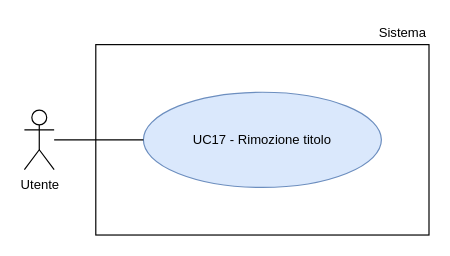
The draw.io diagram RTB/doc_esterna/analisi-dei-requisiti/assets/draw.io/UC17.drawio in thebitless-group-swe/thebitless.github.io, before the edit. Source tidied: cells renumbered, new cells numbered last; positions are measured from the earlier drawing's top-left corner, leaving out a move shared by most shapes. Both pictures are drawn from the tidied source at 119%, with x=0, y=0 at pixel (24, 20).
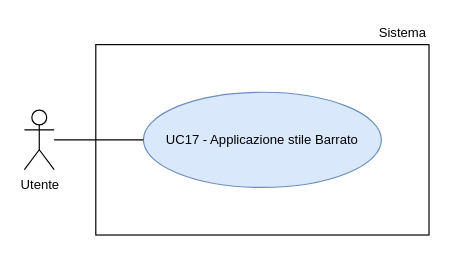
Above is the later version.

Change to the diagram source:
```diff
@@
 <mxGraphModel>
   <root>
     <mxCell id="0" />
     <mxCell id="1" parent="0" />
     <mxCell id="2" value="Utente" style="shape=umlActor;verticalLabelPosition=bottom;verticalAlign=top;html=1;outlineConnect=0;fontSize=11;" parent="1" vertex="1">
       <mxGeometry y="75" width="25" height="50" as="geometry" />
     </mxCell>
     <mxCell id="3" style="rounded=0;whiteSpace=wrap;html=1;strokeWidth=1;" parent="1" vertex="1">
       <mxGeometry x="60" y="20" width="280" height="160" as="geometry" />
     </mxCell>
     <mxCell id="4" value="Sistema" style="text;html=1;whiteSpace=wrap;strokeColor=none;fillColor=none;align=right;verticalAlign=middle;fontSize=11;" parent="1" vertex="1">
       <mxGeometry x="270" width="70" height="20" as="geometry" />
     </mxCell>
-    <mxCell id="5" value="UC17 - Rimozione titolo" style="ellipse;whiteSpace=wrap;html=1;fillColor=#dae8fc;strokeColor=#6c8ebf;fontSize=11;" parent="1" vertex="1">
+    <mxCell id="5" value="UC17 - Applicazione stile Barrato" style="ellipse;whiteSpace=wrap;html=1;fillColor=#dae8fc;strokeColor=#6c8ebf;fontSize=11;" parent="1" vertex="1">
       <mxGeometry x="100" y="60" width="200" height="80" as="geometry" />
     </mxCell>
     <mxCell id="6" style="edgeStyle=none;rounded=0;jettySize=auto;html=1;endArrow=none;endFill=0;" parent="1" edge="1" source="2" target="5">
       <mxGeometry relative="1" as="geometry" />
     </mxCell>
   </root>
 </mxGraphModel>
```
